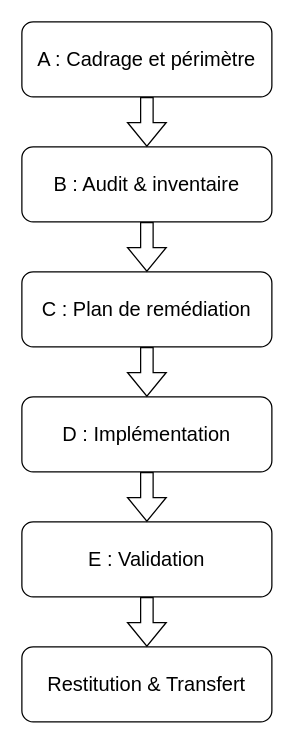
This is content/annexes/schémas/plan-6-étapes.drawio from ZZ0R0/vitrine, a draw.io file, before an edit. Source tidied: cells renumbered, new cells numbered last; positions are measured from the earlier drawing's top-left corner, leaving out a move shared by most shapes. Both pictures are drawn from the tidied source at 125%, with x=0, y=0 at pixel (21, 21).
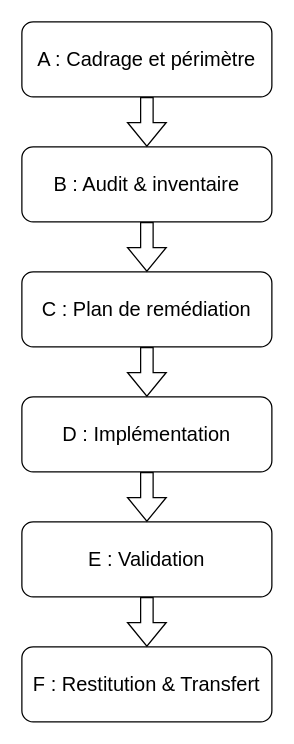
Above is the later version.

Diff of the diagram source:
```diff
@@
 <mxGraphModel>
   <root>
     <mxCell id="0" />
     <mxCell id="1" parent="0" />
     <mxCell id="2" style="edgeStyle=orthogonalEdgeStyle;rounded=0;jettySize=auto;html=1;exitX=0.5;exitY=1;exitDx=0;exitDy=0;entryX=0.5;entryY=0;entryDx=0;entryDy=0;curved=0;shape=flexArrow;" parent="1" edge="1" source="3" target="5">
       <mxGeometry relative="1" as="geometry" />
     </mxCell>
     <mxCell id="3" value="&lt;font style=&quot;font-size: 16px;&quot;&gt;A : Cadrage et périmètre&lt;/font&gt;" style="rounded=1;whiteSpace=wrap;html=1;fillStyle=auto;glass=0;shadow=0;fillColor=none;" parent="1" vertex="1">
       <mxGeometry width="200" height="60" as="geometry" />
     </mxCell>
     <mxCell id="4" style="edgeStyle=orthogonalEdgeStyle;rounded=0;jettySize=auto;html=1;exitX=0.5;exitY=1;exitDx=0;exitDy=0;entryX=0.5;entryY=0;entryDx=0;entryDy=0;shape=flexArrow;" parent="1" edge="1" source="5" target="7">
       <mxGeometry relative="1" as="geometry" />
     </mxCell>
     <mxCell id="5" value="&lt;font style=&quot;font-size: 16px;&quot;&gt;B : Audit &amp;amp; inventaire&lt;/font&gt;" style="rounded=1;whiteSpace=wrap;html=1;fillStyle=auto;glass=0;shadow=0;fillColor=none;" parent="1" vertex="1">
       <mxGeometry y="100" width="200" height="60" as="geometry" />
     </mxCell>
     <mxCell id="6" style="edgeStyle=orthogonalEdgeStyle;rounded=0;jettySize=auto;html=1;exitX=0.5;exitY=1;exitDx=0;exitDy=0;entryX=0.5;entryY=0;entryDx=0;entryDy=0;shape=flexArrow;" parent="1" edge="1" source="7" target="9">
       <mxGeometry relative="1" as="geometry" />
     </mxCell>
     <mxCell id="7" value="&lt;font style=&quot;font-size: 16px;&quot;&gt;C : Plan de remédiation&lt;/font&gt;" style="rounded=1;whiteSpace=wrap;html=1;fillStyle=auto;glass=0;shadow=0;fillColor=none;" parent="1" vertex="1">
       <mxGeometry y="200" width="200" height="60" as="geometry" />
     </mxCell>
     <mxCell id="8" style="edgeStyle=orthogonalEdgeStyle;rounded=0;jettySize=auto;html=1;exitX=0.5;exitY=1;exitDx=0;exitDy=0;entryX=0.5;entryY=0;entryDx=0;entryDy=0;shape=flexArrow;" parent="1" edge="1" source="9" target="11">
       <mxGeometry relative="1" as="geometry" />
     </mxCell>
     <mxCell id="9" value="&lt;font style=&quot;font-size: 16px;&quot;&gt;D : Implémentation&lt;/font&gt;" style="rounded=1;whiteSpace=wrap;html=1;fillStyle=auto;glass=0;shadow=0;fillColor=none;" parent="1" vertex="1">
       <mxGeometry y="300" width="200" height="60" as="geometry" />
     </mxCell>
     <mxCell id="10" style="edgeStyle=orthogonalEdgeStyle;rounded=0;jettySize=auto;html=1;exitX=0.5;exitY=1;exitDx=0;exitDy=0;entryX=0.5;entryY=0;entryDx=0;entryDy=0;shape=flexArrow;" parent="1" edge="1" source="11" target="12">
       <mxGeometry relative="1" as="geometry" />
     </mxCell>
     <mxCell id="11" value="&lt;font style=&quot;font-size: 16px;&quot;&gt;E : Validation&lt;/font&gt;" style="rounded=1;whiteSpace=wrap;html=1;fillStyle=auto;glass=0;shadow=0;fillColor=none;" parent="1" vertex="1">
       <mxGeometry y="400" width="200" height="60" as="geometry" />
     </mxCell>
-    <mxCell id="12" value="&lt;font style=&quot;font-size: 16px;&quot;&gt;Restitution &amp;amp; Transfert&lt;/font&gt;" style="rounded=1;whiteSpace=wrap;html=1;fillStyle=auto;glass=0;shadow=0;fillColor=none;" parent="1" vertex="1">
+    <mxCell id="12" value="&lt;font style=&quot;font-size: 16px;&quot;&gt;F : Restitution &amp;amp; Transfert&lt;/font&gt;" style="rounded=1;whiteSpace=wrap;html=1;fillStyle=auto;glass=0;shadow=0;fillColor=none;" parent="1" vertex="1">
       <mxGeometry y="500" width="200" height="60" as="geometry" />
     </mxCell>
   </root>
 </mxGraphModel>
```
